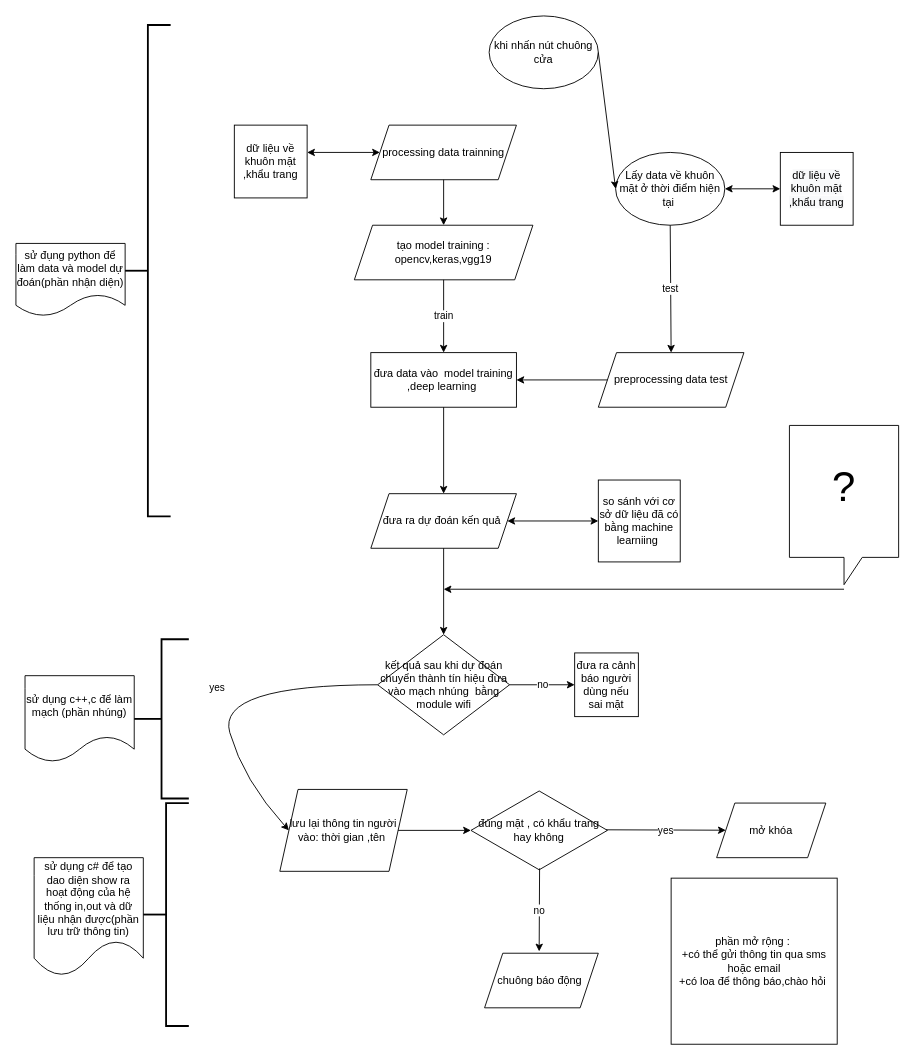
KienPhung-AI-future/data-set-download keeps this draw.io diagram as Untitled Diagram.drawio. Above is the earlier version. Source tidied: cells renumbered, new cells numbered last; positions are measured from the earlier drawing's top-left corner, leaving out a move shared by most shapes. Both pictures are drawn from the tidied source at 91%, with x=0, y=0 at pixel (15, 15).
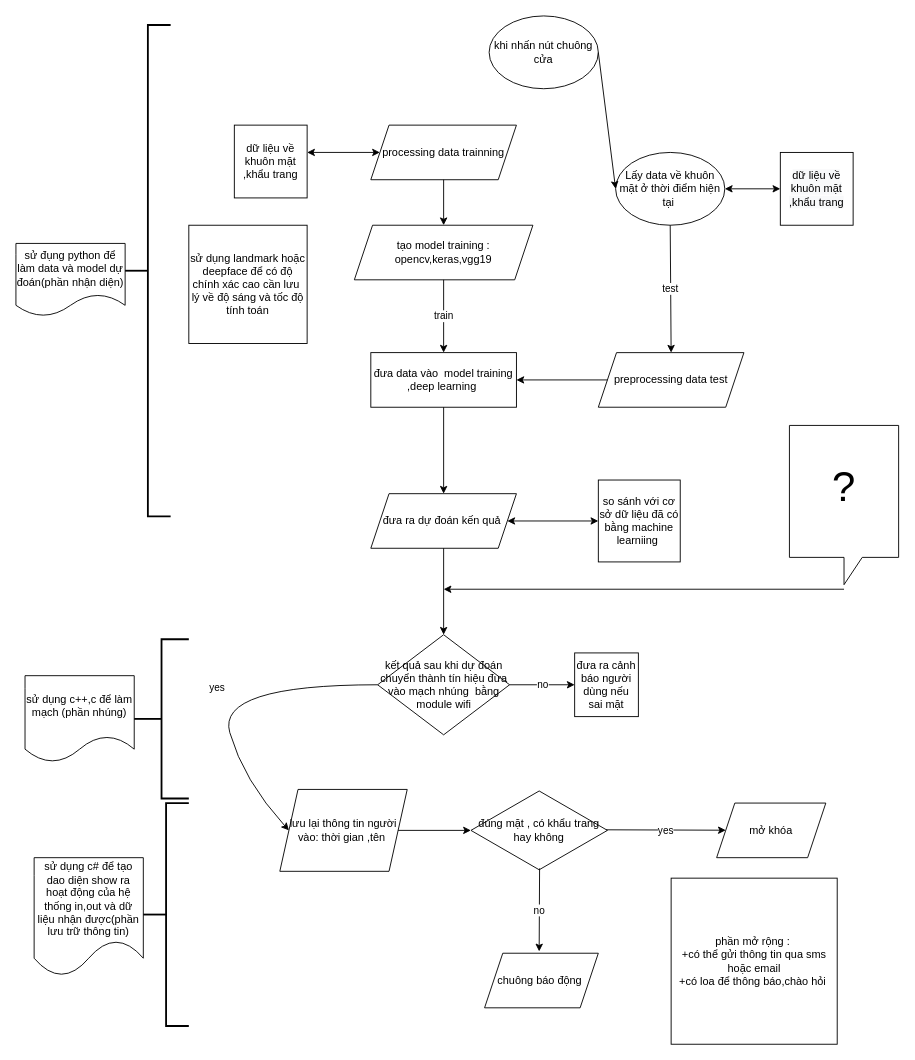
The same page after the edit.

Diff of the diagram source:
```diff
@@
+    <mxCell id="43" value="sử dụng landmark hoặc deepface để có độ chính xác cao cần lưu&amp;nbsp; lý về độ sáng và tốc độ tính toán" style="whiteSpace=wrap;html=1;" parent="1" vertex="1">
+      <mxGeometry x="190" y="230" width="130" height="130" as="geometry" />
+    </mxCell>
```
